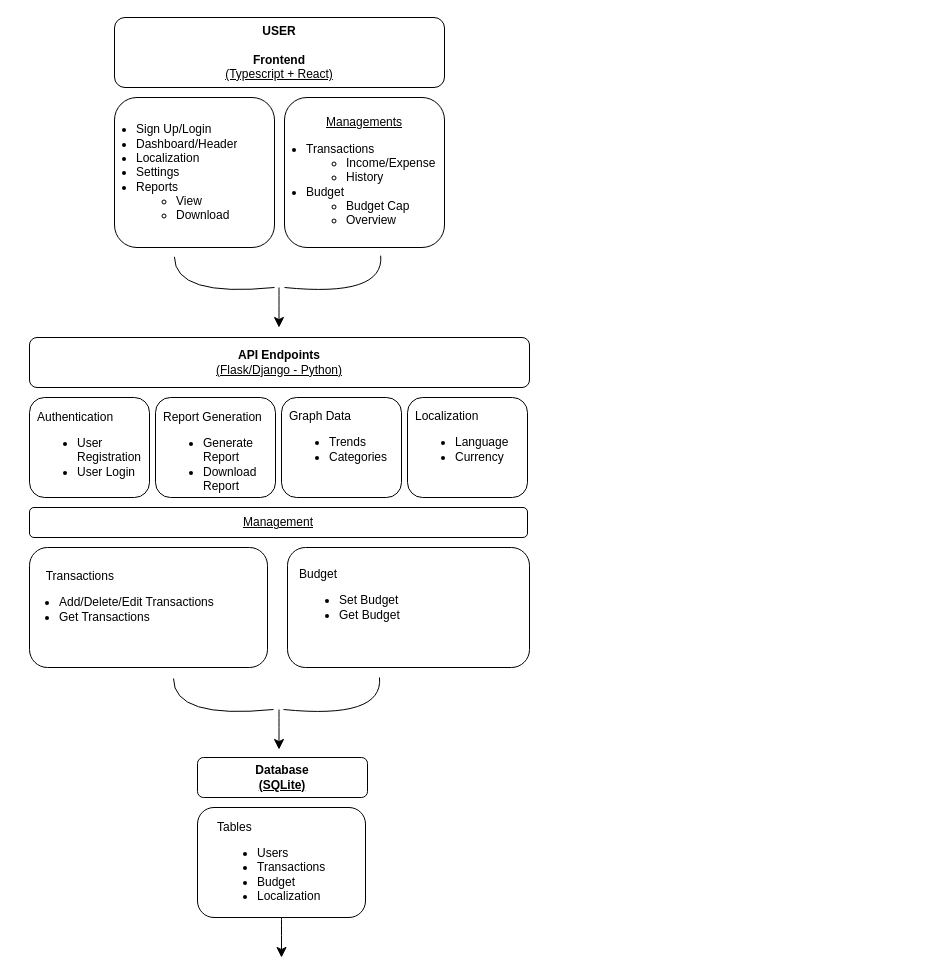
Keonleebv/FinanceTracker keeps this draw.io diagram as page "Flowchart" (1 of 2) of SoftwareArch.drawio. Above is the earlier version. Source tidied: cells renumbered, new cells numbered last; positions are measured from the earlier drawing's top-left corner, leaving out a move shared by most shapes. Both pictures are drawn from the tidied source at 100%, with x=0, y=0 at pixel (17, 17).
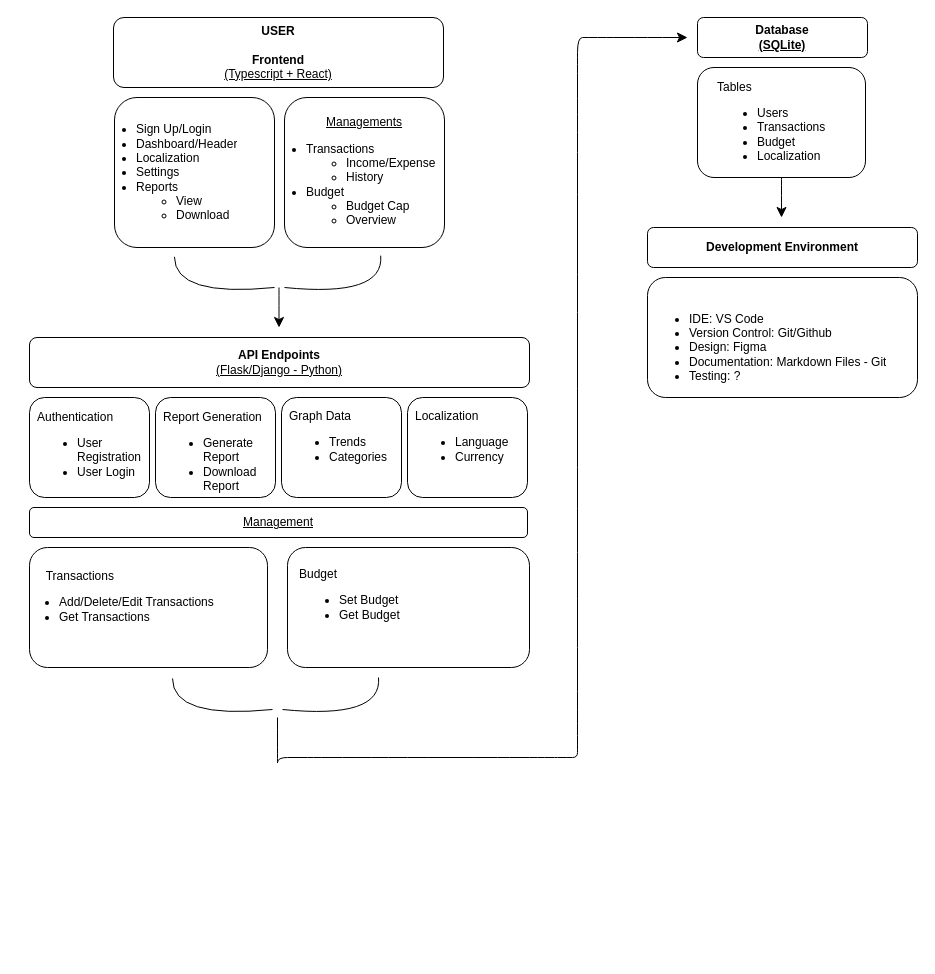
The same page after the edit.

Change to the diagram source:
```diff
@@
     <mxCell id="2" value="&lt;div&gt;&lt;b&gt;USER&lt;/b&gt;&lt;/div&gt;&lt;b&gt;&lt;div&gt;&lt;b&gt;&lt;br&gt;&lt;/b&gt;&lt;/div&gt;Frontend&lt;/b&gt;&lt;div&gt;&lt;u&gt;(Typescript + React)&lt;br&gt;&lt;/u&gt;&lt;/div&gt;" style="rounded=1;whiteSpace=wrap;html=1;fontSize=12;glass=0;strokeWidth=1;shadow=0;" parent="1" vertex="1">
-      <mxGeometry x="97" width="330" height="70" as="geometry" />
+      <mxGeometry x="96" width="330" height="70" as="geometry" />
     </mxCell>
@@
     <mxCell id="25" style="edgeStyle=none;curved=1;rounded=0;orthogonalLoop=1;jettySize=auto;html=1;exitX=0.5;exitY=1;exitDx=0;exitDy=0;fontSize=12;startSize=8;endSize=8;" parent="1" edge="1">
       <mxGeometry relative="1" as="geometry">
-        <mxPoint x="196" y="662" as="sourcePoint" />
-        <mxPoint x="196" y="662" as="targetPoint" />
+        <mxPoint x="195" y="662" as="sourcePoint" />
+        <mxPoint x="195" y="662" as="targetPoint" />
       </mxGeometry>
     </mxCell>
     <mxCell id="26" style="endArrow=none;html=1;rounded=0;fontSize=12;startSize=8;endSize=8;curved=1;exitX=0.333;exitY=0.996;exitDx=0;exitDy=0;exitPerimeter=0;" parent="1" edge="1">
       <mxGeometry relative="1" as="geometry">
-        <mxPoint x="156" y="661" as="sourcePoint" />
-        <mxPoint x="256" y="692" as="targetPoint" />
+        <mxPoint x="155" y="661" as="sourcePoint" />
+        <mxPoint x="255" y="692" as="targetPoint" />
         <Array as="points">
-          <mxPoint x="156" y="702" />
+          <mxPoint x="155" y="702" />
         </Array>
       </mxGeometry>
     </mxCell>
     <mxCell id="27" style="endArrow=none;html=1;rounded=0;fontSize=12;startSize=8;endSize=8;curved=1;exitX=0.581;exitY=1.021;exitDx=0;exitDy=0;exitPerimeter=0;" parent="1" edge="1">
       <mxGeometry relative="1" as="geometry">
-        <mxPoint x="362" y="660" as="sourcePoint" />
-        <mxPoint x="266" y="692" as="targetPoint" />
+        <mxPoint x="361" y="660" as="sourcePoint" />
+        <mxPoint x="265" y="692" as="targetPoint" />
         <Array as="points">
-          <mxPoint x="366" y="702" />
+          <mxPoint x="365" y="702" />
         </Array>
       </mxGeometry>
     </mxCell>
-    <mxCell id="28" style="endArrow=classic;html=1;rounded=0;fontSize=12;startSize=8;endSize=8;curved=1;" parent="1" edge="1">
-      <mxGeometry relative="1" as="geometry">
-        <mxPoint x="261.5" y="692" as="sourcePoint" />
-        <mxPoint x="261.5" y="732" as="targetPoint" />
-      </mxGeometry>
-    </mxCell>
     <mxCell id="29" value="&lt;b&gt;Database&lt;/b&gt;&lt;div&gt;&lt;b&gt;&lt;u&gt;(SQLite)&lt;/u&gt;&lt;/b&gt;&lt;/div&gt;" style="rounded=1;whiteSpace=wrap;html=1;" parent="1" vertex="1">
-      <mxGeometry x="180" y="740" width="170" height="40" as="geometry" />
+      <mxGeometry x="680" width="170" height="40" as="geometry" />
     </mxCell>
     <mxCell id="30" style="rounded=1;whiteSpace=wrap;html=1;" parent="1" vertex="1">
-      <mxGeometry x="180" y="790" width="168" height="110" as="geometry" />
+      <mxGeometry x="680" y="50" width="168" height="110" as="geometry" />
     </mxCell>
     <mxCell id="31" value="&lt;div&gt;Tables&lt;/div&gt;&lt;ul&gt;&lt;li&gt;Users&lt;/li&gt;&lt;li&gt;Transactions&lt;/li&gt;&lt;li&gt;Budget&lt;/li&gt;&lt;li&gt;Localization&lt;/li&gt;&lt;/ul&gt;" style="text;strokeColor=none;fillColor=none;html=1;whiteSpace=wrap;verticalAlign=middle;overflow=hidden;" parent="1" vertex="1">
-      <mxGeometry x="198" y="800" width="148" height="90" as="geometry" />
+      <mxGeometry x="698" y="60" width="148" height="90" as="geometry" />
     </mxCell>
     <mxCell id="32" style="endArrow=classic;html=1;rounded=0;fontSize=12;startSize=8;endSize=8;curved=1;exitX=0.5;exitY=1;exitDx=0;exitDy=0;" parent="1" edge="1" source="30">
       <mxGeometry relative="1" as="geometry">
-        <mxPoint x="264" y="940" as="targetPoint" />
+        <mxPoint x="764" y="200" as="targetPoint" />
       </mxGeometry>
     </mxCell>
+    <mxCell id="33" style="curved=1;endArrow=classic;html=1;rounded=0;fontSize=12;startSize=8;endSize=8;" parent="1" edge="1">
+      <mxGeometry relative="1" as="geometry">
+        <mxPoint x="260" y="700" as="sourcePoint" />
+        <mxPoint x="670" y="20" as="targetPoint" />
+        <Array as="points">
+          <mxPoint x="260" y="750" />
+          <mxPoint x="260" y="740" />
+          <mxPoint x="280" y="740" />
+          <mxPoint x="300" y="740" />
+          <mxPoint x="350" y="740" />
+          <mxPoint x="430" y="740" />
+          <mxPoint x="530" y="740" />
+          <mxPoint x="550" y="740" />
+          <mxPoint x="560" y="740" />
+          <mxPoint x="560" y="730" />
+          <mxPoint x="560" y="530" />
+          <mxPoint x="560" y="370" />
+          <mxPoint x="560" y="220" />
+          <mxPoint x="560" y="50" />
+          <mxPoint x="560" y="20" />
+          <mxPoint x="570" y="20" />
+          <mxPoint x="590" y="20" />
+        </Array>
+      </mxGeometry>
+    </mxCell>
+    <mxCell id="34" value="&lt;b&gt;Development Environment&lt;/b&gt;" style="rounded=1;whiteSpace=wrap;html=1;" parent="1" vertex="1">
+      <mxGeometry x="630" y="210" width="270" height="40" as="geometry" />
+    </mxCell>
+    <mxCell id="35" style="rounded=1;whiteSpace=wrap;html=1;" parent="1" vertex="1">
+      <mxGeometry x="630" y="260" width="270" height="120" as="geometry" />
+    </mxCell>
+    <mxCell id="36" value="&lt;ul&gt;&lt;li&gt;&lt;span style=&quot;background-color: initial;&quot;&gt;IDE: VS Code&lt;/span&gt;&lt;/li&gt;&lt;li&gt;&lt;span style=&quot;background-color: initial;&quot;&gt;Version Control: Git/Github&lt;/span&gt;&lt;/li&gt;&lt;li&gt;Design: Figma&lt;/li&gt;&lt;li&gt;Documentation: Markdown Files - Git&lt;/li&gt;&lt;li&gt;Testing: ?&lt;/li&gt;&lt;/ul&gt;" style="text;strokeColor=none;fillColor=none;html=1;whiteSpace=wrap;verticalAlign=middle;overflow=hidden;" parent="1" vertex="1">
+      <mxGeometry x="630" y="270" width="240" height="120" as="geometry" />
+    </mxCell>
```
